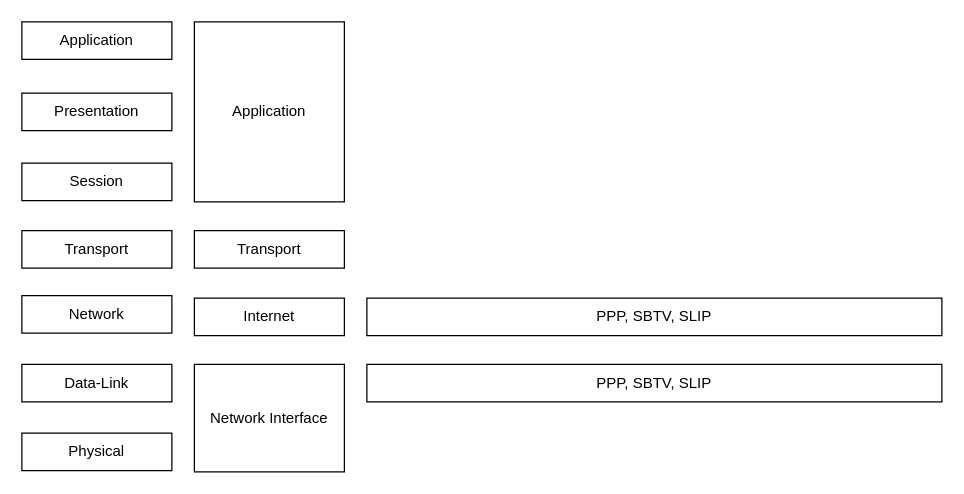
This is internet_protocol.drawio from Albert-W/Draw_io, a draw.io file, before an edit. Source tidied: cells renumbered, new cells numbered last; positions are measured from the earlier drawing's top-left corner, leaving out a move shared by most shapes. Both pictures are drawn from the tidied source at 125%, with x=0, y=0 at pixel (21, 21).
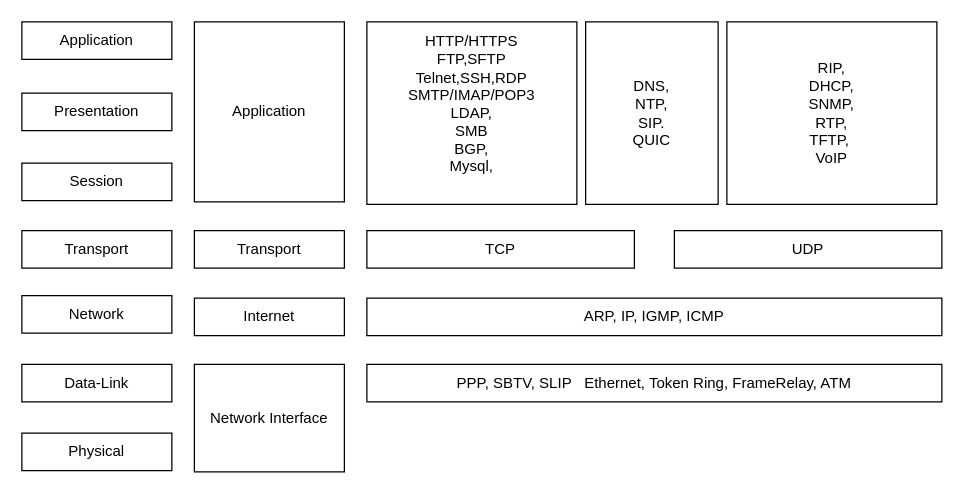
Above is the later version.

Change to the diagram source:
```diff
@@
 <mxGraphModel>
   <root>
     <mxCell id="0" />
     <mxCell id="1" parent="0" />
     <mxCell id="2" value="Application" style="rounded=0;whiteSpace=wrap;html=1;" parent="1" vertex="1">
       <mxGeometry width="120" height="30" as="geometry" />
     </mxCell>
     <mxCell id="3" value="Presentation" style="rounded=0;whiteSpace=wrap;html=1;" parent="1" vertex="1">
       <mxGeometry y="57" width="120" height="30" as="geometry" />
     </mxCell>
     <mxCell id="4" value="Session" style="rounded=0;whiteSpace=wrap;html=1;" parent="1" vertex="1">
       <mxGeometry y="113" width="120" height="30" as="geometry" />
     </mxCell>
     <mxCell id="5" value="Transport" style="rounded=0;whiteSpace=wrap;html=1;" parent="1" vertex="1">
       <mxGeometry y="167" width="120" height="30" as="geometry" />
     </mxCell>
     <mxCell id="6" value="Network" style="rounded=0;whiteSpace=wrap;html=1;" parent="1" vertex="1">
       <mxGeometry y="219" width="120" height="30" as="geometry" />
     </mxCell>
     <mxCell id="7" value="Data-Link" style="rounded=0;whiteSpace=wrap;html=1;" parent="1" vertex="1">
       <mxGeometry y="274" width="120" height="30" as="geometry" />
     </mxCell>
     <mxCell id="8" value="Physical" style="rounded=0;whiteSpace=wrap;html=1;" parent="1" vertex="1">
       <mxGeometry y="329" width="120" height="30" as="geometry" />
     </mxCell>
     <mxCell id="9" value="Network Interface" style="rounded=0;whiteSpace=wrap;html=1;" parent="1" vertex="1">
       <mxGeometry x="138" y="274" width="120" height="86" as="geometry" />
     </mxCell>
     <mxCell id="10" value="Internet" style="rounded=0;whiteSpace=wrap;html=1;" parent="1" vertex="1">
       <mxGeometry x="138" y="221" width="120" height="30" as="geometry" />
     </mxCell>
     <mxCell id="11" value="Transport" style="rounded=0;whiteSpace=wrap;html=1;" parent="1" vertex="1">
       <mxGeometry x="138" y="167" width="120" height="30" as="geometry" />
     </mxCell>
     <mxCell id="12" value="Application" style="rounded=0;whiteSpace=wrap;html=1;" parent="1" vertex="1">
       <mxGeometry x="138" width="120" height="144" as="geometry" />
     </mxCell>
-    <mxCell id="13" value="PPP, SBTV, SLIP" style="rounded=0;whiteSpace=wrap;html=1;" parent="1" vertex="1">
+    <mxCell id="13" value="PPP, SBTV, SLIP&amp;nbsp; &amp;nbsp;Ethernet, Token Ring, FrameRelay, ATM" style="rounded=0;whiteSpace=wrap;html=1;" parent="1" vertex="1">
       <mxGeometry x="276" y="274" width="460" height="30" as="geometry" />
     </mxCell>
-    <mxCell id="14" value="PPP, SBTV, SLIP" style="rounded=0;whiteSpace=wrap;html=1;" parent="1" vertex="1">
+    <mxCell id="14" value="ARP, IP, IGMP, ICMP" style="rounded=0;whiteSpace=wrap;html=1;" parent="1" vertex="1">
       <mxGeometry x="276" y="221" width="460" height="30" as="geometry" />
     </mxCell>
+    <mxCell id="15" value="TCP" style="rounded=0;whiteSpace=wrap;html=1;" parent="1" vertex="1">
+      <mxGeometry x="276" y="167" width="214" height="30" as="geometry" />
+    </mxCell>
+    <mxCell id="16" value="UDP" style="rounded=0;whiteSpace=wrap;html=1;" parent="1" vertex="1">
+      <mxGeometry x="522" y="167" width="214" height="30" as="geometry" />
+    </mxCell>
+    <mxCell id="17" value="HTTP/HTTPS&lt;br&gt;FTP,SFTP&lt;br&gt;Telnet,SSH,RDP&lt;br&gt;SMTP/IMAP/POP3&lt;div&gt;LDAP,&lt;/div&gt;&lt;div&gt;SMB&lt;br&gt;BGP,&lt;br&gt;Mysql,&lt;br&gt;&lt;br&gt;&lt;/div&gt;" style="rounded=0;whiteSpace=wrap;html=1;" parent="1" vertex="1">
+      <mxGeometry x="276" width="168" height="146" as="geometry" />
+    </mxCell>
+    <mxCell id="18" value="RIP,&lt;br&gt;DHCP,&lt;div&gt;SNMP,&lt;br&gt;RTP,&lt;br&gt;TFTP,&amp;nbsp;&lt;br&gt;VoIP&lt;/div&gt;" style="rounded=0;whiteSpace=wrap;html=1;" parent="1" vertex="1">
+      <mxGeometry x="564" width="168" height="146" as="geometry" />
+    </mxCell>
+    <mxCell id="19" value="DNS,&lt;br&gt;NTP,&lt;br&gt;SIP.&lt;br&gt;QUIC" style="rounded=0;whiteSpace=wrap;html=1;" parent="1" vertex="1">
+      <mxGeometry x="451" width="106" height="146" as="geometry" />
+    </mxCell>
   </root>
 </mxGraphModel>
```
